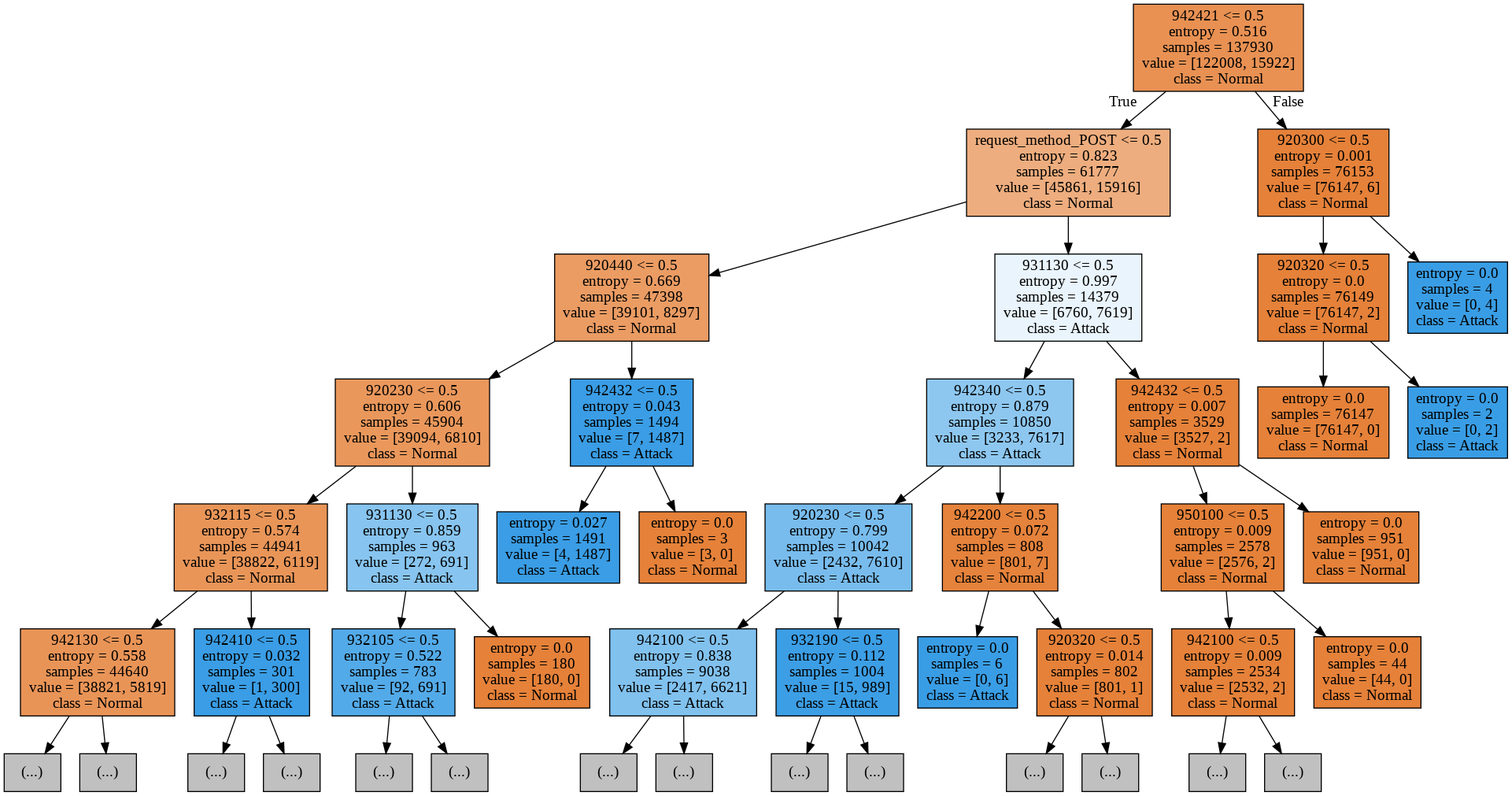
ngoctint1lvc/waf keeps this Graphviz diagram as ml-model/images/decision_tree.png. Above is the earlier version. Its source is kept beside it as ml-model/images/decision_tree.dot.
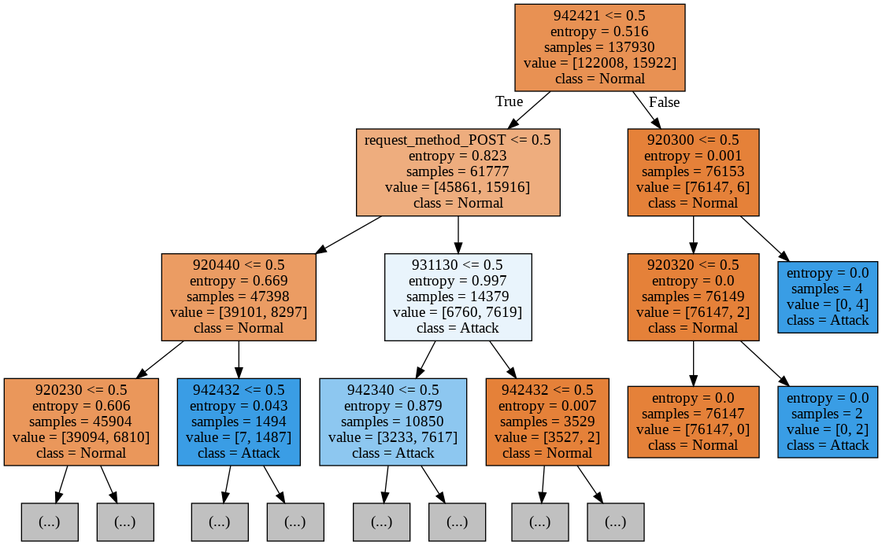
Above is the later version.

Diff of the diagram source:
```diff
@@ -7,77 +7,29 @@
 1 -> 2 ;
 3 [label="920230 <= 0.5\nentropy = 0.606\nsamples = 45904\nvalue = [39094, 6810]\nclass = Normal", fillcolor="#ea975b"] ;
 2 -> 3 ;
-4 [label="932115 <= 0.5\nentropy = 0.574\nsamples = 44941\nvalue = [38822, 6119]\nclass = Normal", fillcolor="#e99558"] ;
+4 [label="(...)", fillcolor="#C0C0C0"] ;
 3 -> 4 ;
-5 [label="942130 <= 0.5\nentropy = 0.558\nsamples = 44640\nvalue = [38821, 5819]\nclass = Normal", fillcolor="#e99457"] ;
-4 -> 5 ;
-6 [label="(...)", fillcolor="#C0C0C0"] ;
-5 -> 6 ;
-89 [label="(...)", fillcolor="#C0C0C0"] ;
-5 -> 89 ;
-112 [label="942410 <= 0.5\nentropy = 0.032\nsamples = 301\nvalue = [1, 300]\nclass = Attack", fillcolor="#3a9de5"] ;
-4 -> 112 ;
-113 [label="(...)", fillcolor="#C0C0C0"] ;
-112 -> 113 ;
-114 [label="(...)", fillcolor="#C0C0C0"] ;
-112 -> 114 ;
-115 [label="931130 <= 0.5\nentropy = 0.859\nsamples = 963\nvalue = [272, 691]\nclass = Attack", fillcolor="#87c4ef"] ;
+115 [label="(...)", fillcolor="#C0C0C0"] ;
 3 -> 115 ;
-116 [label="932105 <= 0.5\nentropy = 0.522\nsamples = 783\nvalue = [92, 691]\nclass = Attack", fillcolor="#53aae8"] ;
-115 -> 116 ;
-117 [label="(...)", fillcolor="#C0C0C0"] ;
-116 -> 117 ;
-124 [label="(...)", fillcolor="#C0C0C0"] ;
-116 -> 124 ;
-125 [label="entropy = 0.0\nsamples = 180\nvalue = [180, 0]\nclass = Normal", fillcolor="#e58139"] ;
-115 -> 125 ;
 126 [label="942432 <= 0.5\nentropy = 0.043\nsamples = 1494\nvalue = [7, 1487]\nclass = Attack", fillcolor="#3a9de5"] ;
 2 -> 126 ;
-127 [label="entropy = 0.027\nsamples = 1491\nvalue = [4, 1487]\nclass = Attack", fillcolor="#3a9de5"] ;
+127 [label="(...)", fillcolor="#C0C0C0"] ;
 126 -> 127 ;
-128 [label="entropy = 0.0\nsamples = 3\nvalue = [3, 0]\nclass = Normal", fillcolor="#e58139"] ;
+128 [label="(...)", fillcolor="#C0C0C0"] ;
 126 -> 128 ;
 129 [label="931130 <= 0.5\nentropy = 0.997\nsamples = 14379\nvalue = [6760, 7619]\nclass = Attack", fillcolor="#e9f4fc"] ;
 1 -> 129 ;
 130 [label="942340 <= 0.5\nentropy = 0.879\nsamples = 10850\nvalue = [3233, 7617]\nclass = Attack", fillcolor="#8dc7f0"] ;
 129 -> 130 ;
-131 [label="920230 <= 0.5\nentropy = 0.799\nsamples = 10042\nvalue = [2432, 7610]\nclass = Attack", fillcolor="#78bced"] ;
+131 [label="(...)", fillcolor="#C0C0C0"] ;
 130 -> 131 ;
-132 [label="942100 <= 0.5\nentropy = 0.838\nsamples = 9038\nvalue = [2417, 6621]\nclass = Attack", fillcolor="#81c1ee"] ;
-131 -> 132 ;
-133 [label="(...)", fillcolor="#C0C0C0"] ;
-132 -> 133 ;
-202 [label="(...)", fillcolor="#C0C0C0"] ;
-132 -> 202 ;
-217 [label="932190 <= 0.5\nentropy = 0.112\nsamples = 1004\nvalue = [15, 989]\nclass = Attack", fillcolor="#3c9ee5"] ;
-131 -> 217 ;
-218 [label="(...)", fillcolor="#C0C0C0"] ;
-217 -> 218 ;
-219 [label="(...)", fillcolor="#C0C0C0"] ;
-217 -> 219 ;
-220 [label="942200 <= 0.5\nentropy = 0.072\nsamples = 808\nvalue = [801, 7]\nclass = Normal", fillcolor="#e5823b"] ;
+220 [label="(...)", fillcolor="#C0C0C0"] ;
 130 -> 220 ;
-221 [label="entropy = 0.0\nsamples = 6\nvalue = [0, 6]\nclass = Attack", fillcolor="#399de5"] ;
-220 -> 221 ;
-222 [label="920320 <= 0.5\nentropy = 0.014\nsamples = 802\nvalue = [801, 1]\nclass = Normal", fillcolor="#e58139"] ;
-220 -> 222 ;
-223 [label="(...)", fillcolor="#C0C0C0"] ;
-222 -> 223 ;
-224 [label="(...)", fillcolor="#C0C0C0"] ;
-222 -> 224 ;
 225 [label="942432 <= 0.5\nentropy = 0.007\nsamples = 3529\nvalue = [3527, 2]\nclass = Normal", fillcolor="#e58139"] ;
 129 -> 225 ;
-226 [label="950100 <= 0.5\nentropy = 0.009\nsamples = 2578\nvalue = [2576, 2]\nclass = Normal", fillcolor="#e58139"] ;
+226 [label="(...)", fillcolor="#C0C0C0"] ;
 225 -> 226 ;
-227 [label="942100 <= 0.5\nentropy = 0.009\nsamples = 2534\nvalue = [2532, 2]\nclass = Normal", fillcolor="#e58139"] ;
-226 -> 227 ;
-228 [label="(...)", fillcolor="#C0C0C0"] ;
-227 -> 228 ;
-229 [label="(...)", fillcolor="#C0C0C0"] ;
-227 -> 229 ;
-230 [label="entropy = 0.0\nsamples = 44\nvalue = [44, 0]\nclass = Normal", fillcolor="#e58139"] ;
-226 -> 230 ;
-231 [label="entropy = 0.0\nsamples = 951\nvalue = [951, 0]\nclass = Normal", fillcolor="#e58139"] ;
+231 [label="(...)", fillcolor="#C0C0C0"] ;
 225 -> 231 ;
 232 [label="920300 <= 0.5\nentropy = 0.001\nsamples = 76153\nvalue = [76147, 6]\nclass = Normal", fillcolor="#e58139"] ;
 0 -> 232 [labeldistance=2.5, labelangle=-45, headlabel="False"] ;
```
